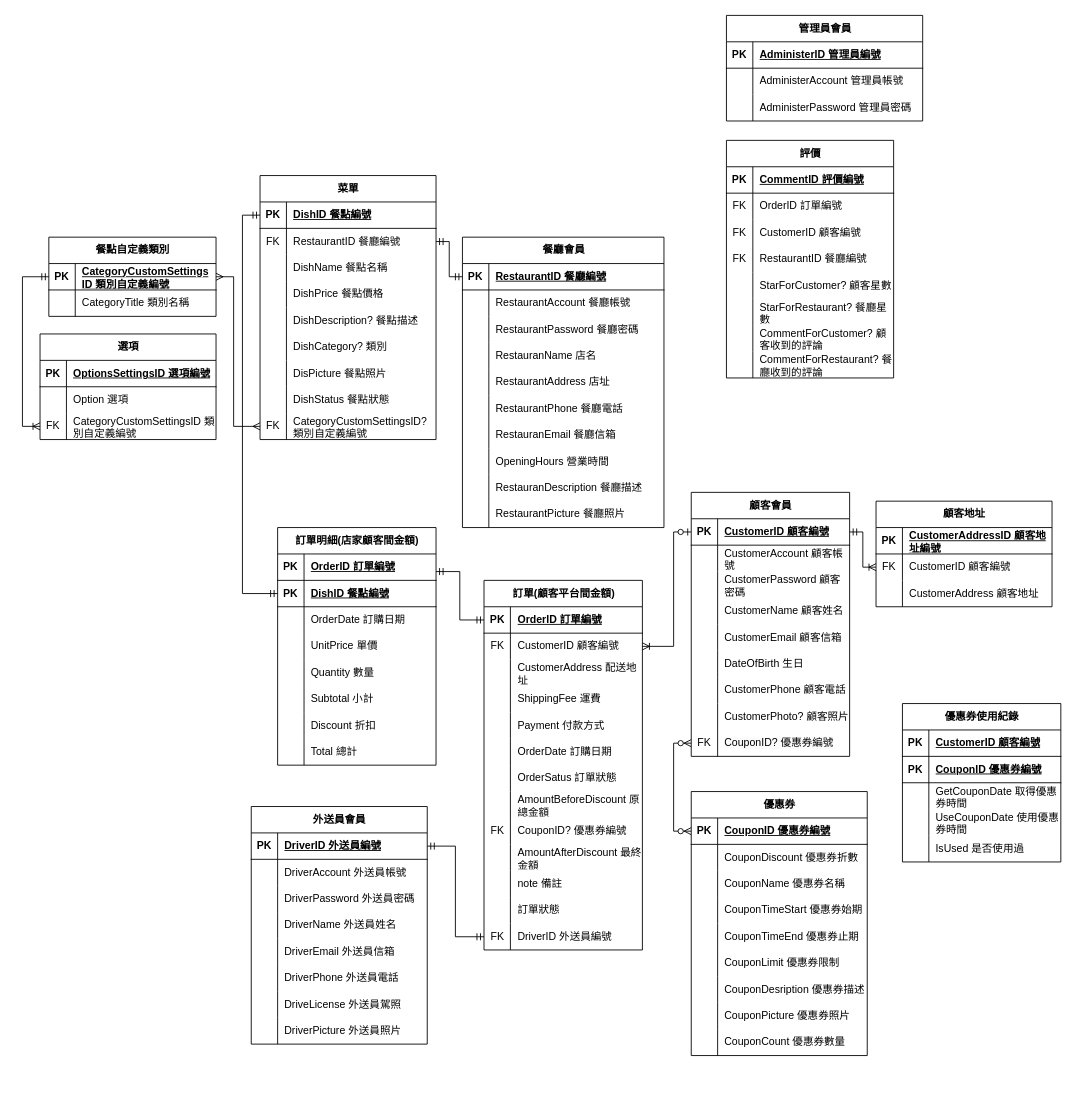
yupm15/project2 keeps this draw.io diagram as page "第 4 页" (4 of 4) of structure.drawio. Above is the earlier version. Source tidied: cells renumbered, new cells numbered last; positions are measured from the earlier drawing's top-left corner, leaving out a move shared by most shapes. Both pictures are drawn from the tidied source at 88%, with x=0, y=0 at pixel (22, 15).
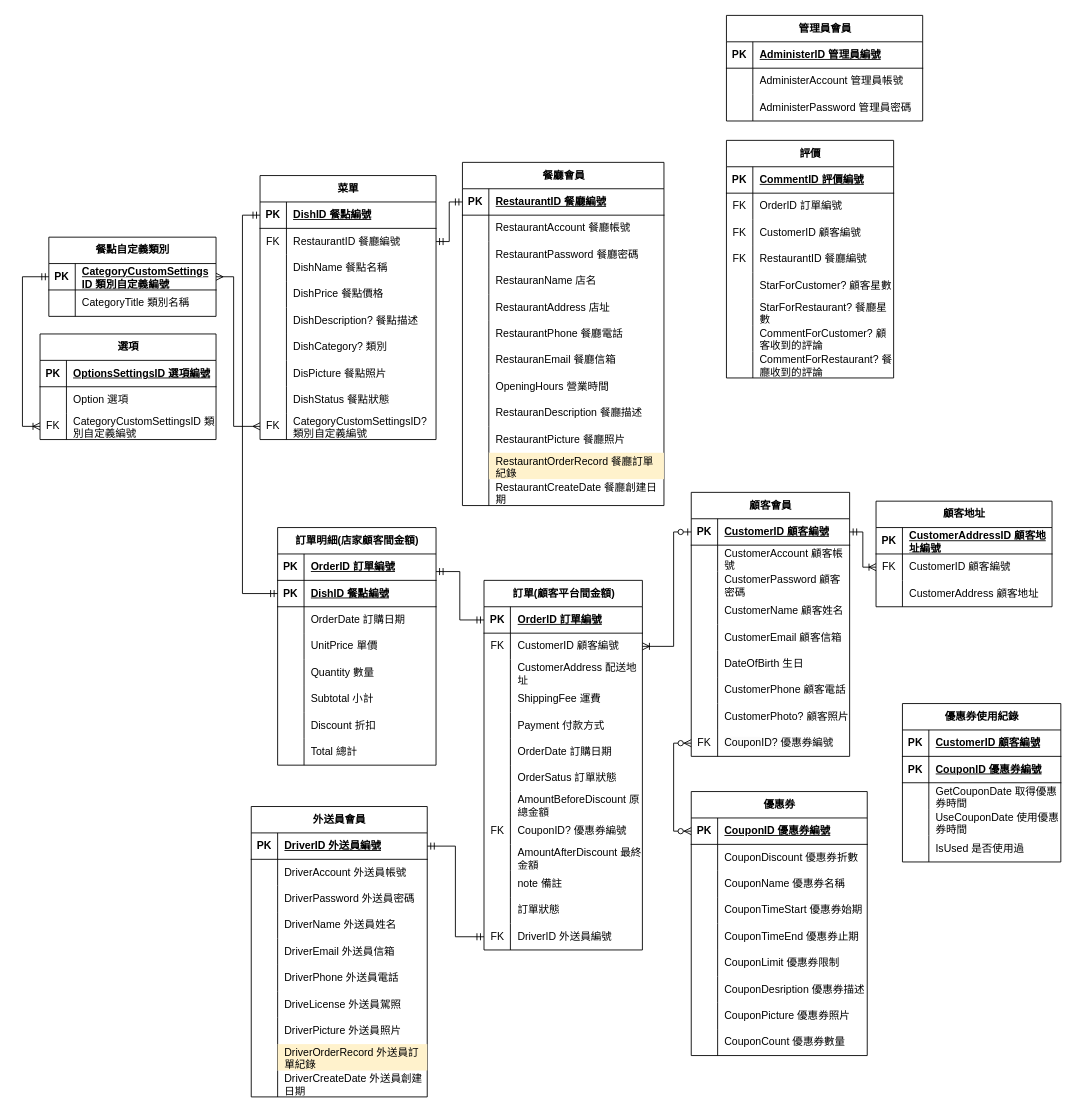
The same page after the edit.

The edit, as a diff of the source:
```diff
@@
     <mxCell id="134" value="餐廳會員" style="shape=table;startSize=30;childLayout=tableLayout;rowLines=0;fontStyle=1;align=center;html=1;" parent="1" vertex="1">
-      <mxGeometry x="500" y="252" width="229" height="330" as="geometry" />
+      <mxGeometry x="500" y="167" width="229" height="390" as="geometry" />
     </mxCell>
@@
+    <mxCell id="294" style="shape=tableRow;horizontal=0;startSize=0;swimlaneHead=0;swimlaneBody=0;fillColor=none;top=0;left=0;right=0;bottom=0;" parent="134" vertex="1">
+      <mxGeometry y="330" width="229" height="30" as="geometry" />
+    </mxCell>
+    <mxCell id="295" style="shape=partialRectangle;fillColor=none;top=0;left=0;bottom=0;right=0;overflow=hidden;whiteSpace=wrap;html=1;" parent="294" vertex="1">
+      <mxGeometry width="30" height="30" as="geometry" />
+    </mxCell>
+    <mxCell id="296" value="RestaurantOrderRecord 餐廳訂單紀錄" style="shape=partialRectangle;fillColor=#fff2cc;top=0;left=0;bottom=0;right=0;align=left;spacingLeft=6;overflow=hidden;whiteSpace=wrap;html=1;strokeColor=#d6b656;" parent="294" vertex="1">
+      <mxGeometry x="30" width="199" height="30" as="geometry" />
+    </mxCell>
+    <mxCell id="297" style="shape=tableRow;horizontal=0;startSize=0;swimlaneHead=0;swimlaneBody=0;fillColor=none;top=0;left=0;right=0;bottom=0;" parent="134" vertex="1">
+      <mxGeometry y="360" width="229" height="30" as="geometry" />
+    </mxCell>
+    <mxCell id="298" style="shape=partialRectangle;fillColor=none;top=0;left=0;bottom=0;right=0;overflow=hidden;whiteSpace=wrap;html=1;" parent="297" vertex="1">
+      <mxGeometry width="30" height="30" as="geometry" />
+    </mxCell>
+    <mxCell id="299" value="RestaurantCreateDate 餐廳創建日期" style="shape=partialRectangle;top=0;left=0;bottom=0;right=0;align=left;spacingLeft=6;overflow=hidden;whiteSpace=wrap;html=1;fillColor=none;" parent="297" vertex="1">
+      <mxGeometry x="30" width="199" height="30" as="geometry" />
+    </mxCell>
@@
     <mxCell id="268" value="外送員會員" style="shape=table;startSize=30;childLayout=tableLayout;rowLines=0;fontStyle=1;align=center;html=1;" parent="1" vertex="1">
-      <mxGeometry x="260" y="899" width="200" height="270" as="geometry" />
+      <mxGeometry x="260" y="899" width="200" height="330" as="geometry" />
     </mxCell>
@@
+    <mxCell id="300" style="shape=tableRow;horizontal=0;startSize=0;swimlaneHead=0;swimlaneBody=0;fillColor=none;top=0;left=0;right=0;bottom=0;" parent="268" vertex="1">
+      <mxGeometry y="270" width="200" height="30" as="geometry" />
+    </mxCell>
+    <mxCell id="301" style="shape=partialRectangle;fillColor=none;top=0;left=0;bottom=0;right=0;overflow=hidden;whiteSpace=wrap;html=1;" parent="300" vertex="1">
+      <mxGeometry width="30" height="30" as="geometry" />
+    </mxCell>
+    <mxCell id="302" value="DriverOrderRecord 外送員訂單紀錄" style="shape=partialRectangle;fillColor=#fff2cc;top=0;left=0;bottom=0;right=0;align=left;spacingLeft=6;overflow=hidden;whiteSpace=wrap;html=1;strokeColor=#d6b656;" parent="300" vertex="1">
+      <mxGeometry x="30" width="170" height="30" as="geometry" />
+    </mxCell>
+    <mxCell id="303" style="shape=tableRow;horizontal=0;startSize=0;swimlaneHead=0;swimlaneBody=0;fillColor=none;top=0;left=0;right=0;bottom=0;" parent="268" vertex="1">
+      <mxGeometry y="300" width="200" height="30" as="geometry" />
+    </mxCell>
+    <mxCell id="304" style="shape=partialRectangle;fillColor=none;top=0;left=0;bottom=0;right=0;overflow=hidden;whiteSpace=wrap;html=1;" parent="303" vertex="1">
+      <mxGeometry width="30" height="30" as="geometry" />
+    </mxCell>
+    <mxCell id="305" value="DriverCreateDate 外送員創建日期" style="shape=partialRectangle;fillColor=none;top=0;left=0;bottom=0;right=0;align=left;spacingLeft=6;overflow=hidden;whiteSpace=wrap;html=1;" parent="303" vertex="1">
+      <mxGeometry x="30" width="170" height="30" as="geometry" />
+    </mxCell>
```
